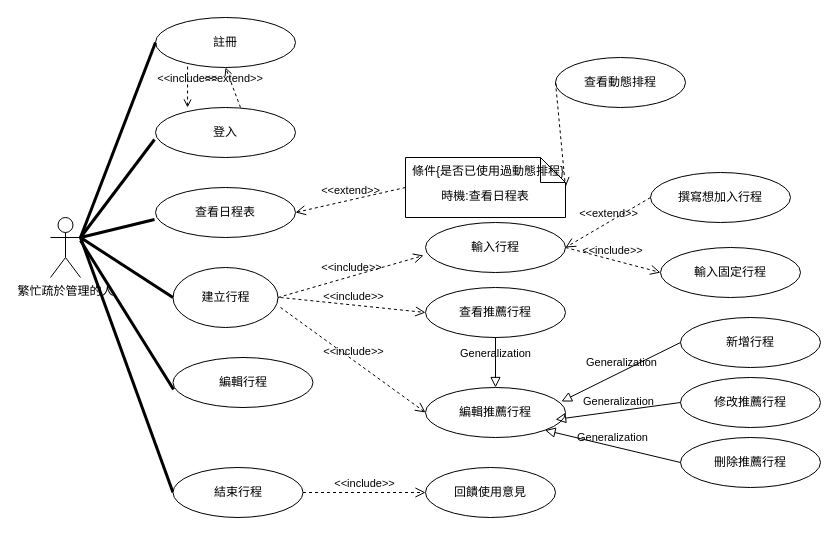
Before: 使用個案圖.drawio in Kevincheng0804/Graduation-Topic, a draw.io diagram. Source tidied: cells renumbered, new cells numbered last; positions are measured from the earlier drawing's top-left corner, leaving out a move shared by most shapes. Both pictures are drawn from the tidied source at 100%, with x=0, y=0 at pixel (50, 17).
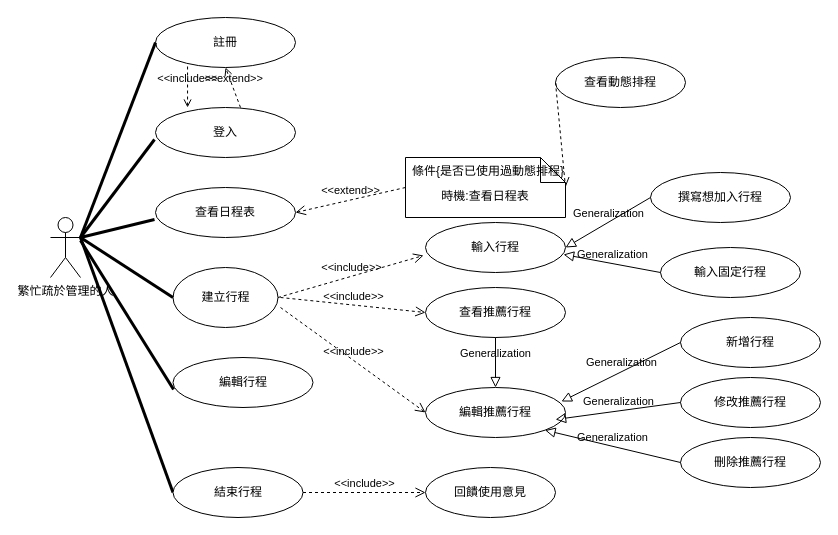
After the change.

Commit message:
輸入行程改繼承

The change refers to these unchanged cells:
```xml
<mxCell id="8" value="撰寫想加入行程" style="ellipse;html=1;whiteSpace=wrap;" parent="1" vertex="1">
  <mxGeometry x="600" y="155" width="140" height="50" as="geometry" />
</mxCell>
<mxCell id="9" value="輸入行程" style="ellipse;html=1;whiteSpace=wrap;" parent="1" vertex="1">
  <mxGeometry x="375" y="205" width="140" height="50" as="geometry" />
</mxCell>
<mxCell id="44" value="輸入固定行程" style="ellipse;html=1;whiteSpace=wrap;" parent="1" vertex="1">
  <mxGeometry x="610" y="230" width="140" height="50" as="geometry" />
</mxCell>
```

What changed in the source:
```diff
@@
-    <mxCell id="25" value="&amp;lt;&amp;lt;extend&amp;gt;&amp;gt;" style="endArrow=open;startArrow=none;endFill=0;startFill=0;endSize=8;html=1;verticalAlign=bottom;dashed=1;labelBackgroundColor=none;rounded=0;entryX=1;entryY=0.5;entryDx=0;entryDy=0;exitX=0;exitY=0.5;exitDx=0;exitDy=0;" parent="1" edge="1" source="8" target="9">
-      <mxGeometry relative="1" as="geometry" />
-    </mxCell>
@@
-    <mxCell id="43" value="&amp;lt;&amp;lt;include&amp;gt;&amp;gt;" style="endArrow=open;startArrow=none;endFill=0;startFill=0;endSize=8;html=1;verticalAlign=bottom;dashed=1;labelBackgroundColor=none;rounded=0;exitX=1;exitY=0.5;exitDx=0;exitDy=0;entryX=0;entryY=0.5;entryDx=0;entryDy=0;" parent="1" edge="1" source="9" target="44">
-      <mxGeometry relative="1" as="geometry" />
-    </mxCell>
@@
+    <mxCell id="25" value="Generalization" style="endArrow=block;html=1;rounded=0;align=center;verticalAlign=bottom;endFill=0;labelBackgroundColor=none;endSize=8;entryX=1;entryY=0.5;entryDx=0;entryDy=0;exitX=0;exitY=0.5;exitDx=0;exitDy=0;" parent="1" edge="1" source="8" target="9">
+      <mxGeometry relative="1" as="geometry" />
+    </mxCell>
+    <mxCell id="45" style="html=1;align=center;verticalAlign=top;labelBackgroundColor=none;" parent="25" vertex="1">
+      <mxGeometry relative="1" as="geometry" />
+    </mxCell>
+    <mxCell id="46" value="Generalization" style="endArrow=block;html=1;rounded=0;align=center;verticalAlign=bottom;endFill=0;labelBackgroundColor=none;endSize=8;entryX=0.986;entryY=0.64;entryDx=0;entryDy=0;exitX=0;exitY=0.5;exitDx=0;exitDy=0;entryPerimeter=0;" parent="1" edge="1" source="44" target="9">
+      <mxGeometry relative="1" as="geometry" />
+    </mxCell>
+    <mxCell id="47" style="html=1;align=center;verticalAlign=top;labelBackgroundColor=none;" parent="46" vertex="1">
+      <mxGeometry relative="1" as="geometry" />
+    </mxCell>
```
